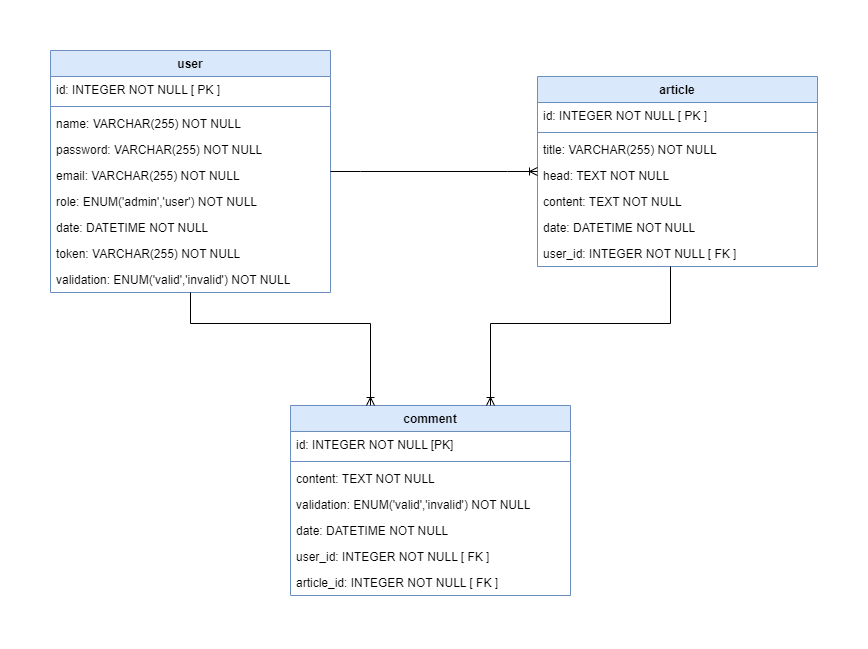
Above: public/UML/MPD.png in lau-last/framework-php (draw.io), before the change. Source tidied: cells renumbered, new cells last; positions are measured from the earlier drawing's top-left corner, leaving out a move shared by most shapes.
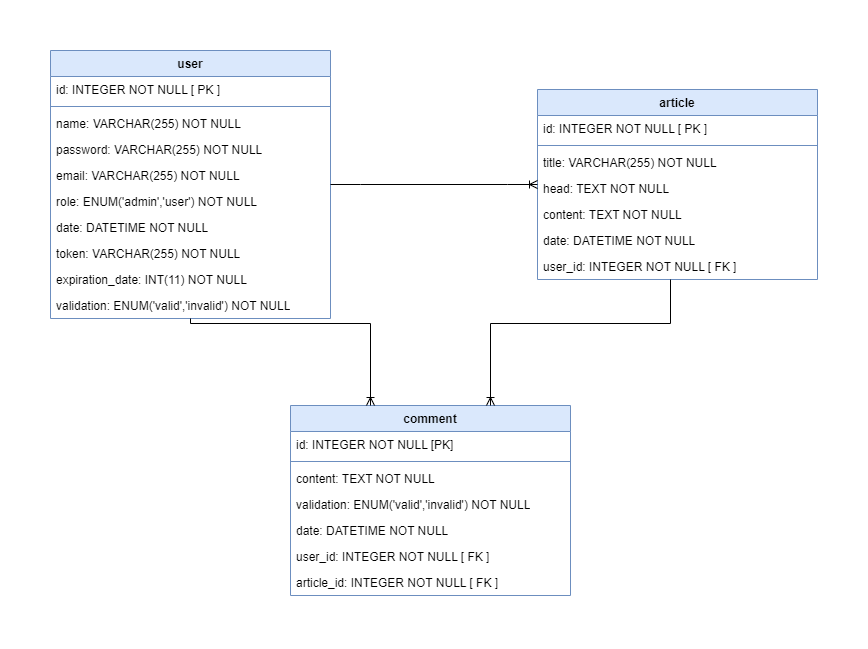
After the change.

Commit message:
diagrams uml (class and MDP) update

Change to the diagram source:
```diff
@@ -3,7 +3,7 @@
     <mxCell id="0" />
     <mxCell id="1" parent="0" />
     <mxCell id="2" value="user" style="swimlane;fontStyle=1;align=center;verticalAlign=top;horizontal=1;startSize=26;whiteSpace=wrap;html=1;fillColor=#dae8fc;strokeColor=#6c8ebf;" parent="1" vertex="1">
-      <mxGeometry width="280" height="242" as="geometry" />
+      <mxGeometry width="280" height="268" as="geometry" />
     </mxCell>
     <mxCell id="3" value="id: INTEGER NOT NULL [ PK ]" style="text;strokeColor=none;fillColor=none;align=left;verticalAlign=top;spacingLeft=4;spacingRight=4;overflow=hidden;whiteSpace=wrap;html=1;" parent="2" vertex="1">
       <mxGeometry y="26" width="280" height="26" as="geometry" />
@@ -23,17 +23,20 @@
     <mxCell id="8" value="role: ENUM('admin','user') NOT NULL" style="text;strokeColor=none;fillColor=none;align=left;verticalAlign=top;spacingLeft=4;spacingRight=4;overflow=hidden;whiteSpace=wrap;html=1;" parent="2" vertex="1">
       <mxGeometry y="138" width="280" height="26" as="geometry" />
     </mxCell>
-    <mxCell id="9" value="date: DATETIME NOT NULL" style="text;strokeColor=none;fillColor=none;align=left;verticalAlign=top;spacingLeft=4;spacingRight=4;overflow=hidden;whiteSpace=wrap;html=1;" parent="2" vertex="1">
-      <mxGeometry y="164" width="280" height="26" as="geometry" />
-    </mxCell>
-    <mxCell id="10" value="token: VARCHAR(255) NOT NULL" style="text;strokeColor=none;fillColor=none;align=left;verticalAlign=top;spacingLeft=4;spacingRight=4;overflow=hidden;whiteSpace=wrap;html=1;" parent="2" vertex="1">
-      <mxGeometry y="190" width="280" height="26" as="geometry" />
+    <mxCell id="10" value="date: DATETIME NOT NULL" style="text;strokeColor=none;fillColor=none;align=left;verticalAlign=top;spacingLeft=4;spacingRight=4;overflow=hidden;whiteSpace=wrap;html=1;" parent="2" vertex="1">
+      <mxGeometry y="164" width="280" height="26" as="geometry" />
     </mxCell>
+    <mxCell id="31" value="token: VARCHAR(255) NOT NULL" style="text;strokeColor=none;fillColor=none;align=left;verticalAlign=top;spacingLeft=4;spacingRight=4;overflow=hidden;whiteSpace=wrap;html=1;" parent="2" vertex="1">
+      <mxGeometry y="190" width="280" height="26" as="geometry" />
+    </mxCell>
+    <mxCell id="32" value="expiration_date: INT(11) NOT NULL" style="text;strokeColor=none;fillColor=none;align=left;verticalAlign=top;spacingLeft=4;spacingRight=4;overflow=hidden;whiteSpace=wrap;html=1;" parent="2" vertex="1">
+      <mxGeometry y="216" width="280" height="26" as="geometry" />
+    </mxCell>
     <mxCell id="11" value="validation: ENUM('valid','invalid') NOT NULL" style="text;strokeColor=none;fillColor=none;align=left;verticalAlign=top;spacingLeft=4;spacingRight=4;overflow=hidden;whiteSpace=wrap;html=1;" parent="2" vertex="1">
-      <mxGeometry y="216" width="280" height="26" as="geometry" />
+      <mxGeometry y="242" width="280" height="26" as="geometry" />
     </mxCell>
     <mxCell id="12" value="article" style="swimlane;fontStyle=1;align=center;verticalAlign=top;horizontal=1;startSize=26;whiteSpace=wrap;html=1;fillColor=#dae8fc;strokeColor=#6c8ebf;" parent="1" vertex="1">
-      <mxGeometry x="487" y="26" width="280" height="190" as="geometry" />
+      <mxGeometry x="487" y="39" width="280" height="190" as="geometry" />
     </mxCell>
     <mxCell id="13" value="id: INTEGER NOT NULL [ PK ]" style="text;strokeColor=none;fillColor=none;align=left;verticalAlign=top;spacingLeft=4;spacingRight=4;overflow=hidden;whiteSpace=wrap;html=1;" parent="12" vertex="1">
       <mxGeometry y="26" width="280" height="26" as="geometry" />
```
